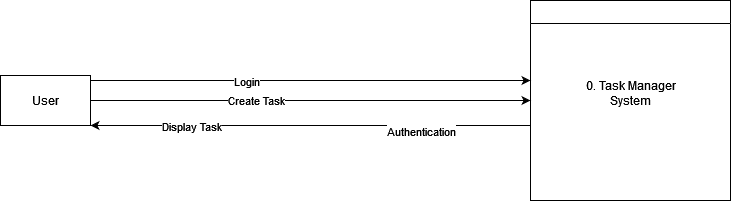
The draw.io diagram Contextlevel.drawio.png in ClupTheGreat/plannerproject_v2, before a commit. Source tidied: cells renumbered, new cells last; positions are measured from the earlier drawing's top-left corner, leaving out a move shared by most shapes.
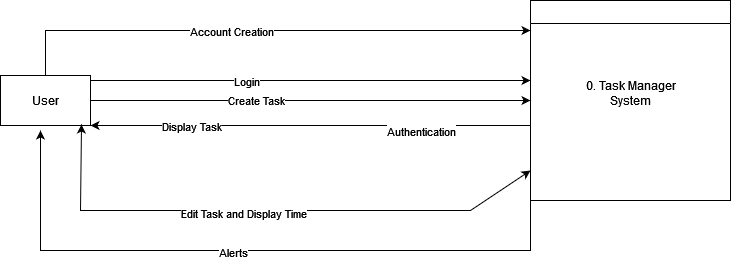
The same file after the commit.

Diff of the diagram source:
```diff
@@ -41,5 +41,40 @@
     <mxCell id="11" value="&lt;div&gt;Login&lt;/div&gt;" style="edgeLabel;html=1;align=center;verticalAlign=middle;" parent="10" vertex="1">
       <mxGeometry x="-0.3" relative="1" as="geometry" />
     </mxCell>
+    <mxCell id="12" style="endArrow=classic;html=1;rounded=0;exitX=0.5;exitY=0;exitDx=0;exitDy=0;" parent="1" edge="1" source="6">
+      <mxGeometry relative="1" as="geometry">
+        <mxPoint x="530" y="30" as="targetPoint" />
+        <Array as="points">
+          <mxPoint x="45" y="30" />
+        </Array>
+      </mxGeometry>
+    </mxCell>
+    <mxCell id="13" value="&lt;div&gt;Account Creation&lt;/div&gt;" style="edgeLabel;html=1;align=center;verticalAlign=middle;" parent="12" vertex="1">
+      <mxGeometry x="-0.13" relative="1" as="geometry" />
+    </mxCell>
+    <mxCell id="14" style="endArrow=classic;startArrow=classic;html=1;rounded=0;exitX=0.9;exitY=0.98;exitDx=0;exitDy=0;exitPerimeter=0;" parent="1" edge="1" source="6">
+      <mxGeometry relative="1" as="geometry">
+        <mxPoint x="530" y="170" as="targetPoint" />
+        <Array as="points">
+          <mxPoint x="80" y="210" />
+          <mxPoint x="470" y="210" />
+        </Array>
+      </mxGeometry>
+    </mxCell>
+    <mxCell id="15" value="&lt;div&gt;Edit Task and Display Time&lt;/div&gt;" style="edgeLabel;html=1;align=center;verticalAlign=middle;" parent="14" vertex="1">
+      <mxGeometry x="-0.09" y="-2" relative="1" as="geometry" />
+    </mxCell>
+    <mxCell id="16" style="endArrow=classic;html=1;rounded=0;exitX=0;exitY=1;exitDx=0;exitDy=0;" parent="1" edge="1" source="2">
+      <mxGeometry relative="1" as="geometry">
+        <mxPoint x="40" y="130" as="targetPoint" />
+        <Array as="points">
+          <mxPoint x="530" y="250" />
+          <mxPoint x="40" y="250" />
+        </Array>
+      </mxGeometry>
+    </mxCell>
+    <mxCell id="17" value="Alerts" style="edgeLabel;html=1;align=center;verticalAlign=middle;" parent="16" vertex="1">
+      <mxGeometry x="0.05" y="1" relative="1" as="geometry" />
+    </mxCell>
   </root>
 </mxGraphModel>
```
